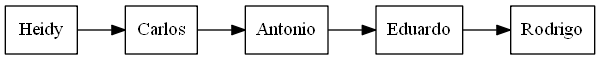
Above: imagenes/preorden.png in RoberttHernan/EDD_1S2020_PY1_201700870 (Graphviz), before the change. Its source is kept beside it as dot_s/preorden.dot. Source of this version:
```dot
digraph g {
 rankdir=LR;
 node [shape = record]
"Heidy"->"Carlos"->"Antonio"->"Eduardo"->"Rodrigo"
}
```
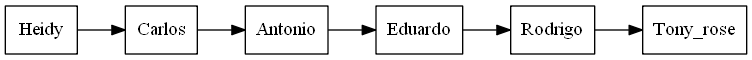
Above is the later version.

Diff of the diagram source:
```diff
@@ -1,5 +1,5 @@
 digraph g {
  rankdir=LR;
  node [shape = record]
-"Heidy"->"Carlos"->"Antonio"->"Eduardo"->"Rodrigo"
+"Heidy"->"Carlos"->"Antonio"->"Eduardo"->"Rodrigo"->"Tony_rose"
 }
```
